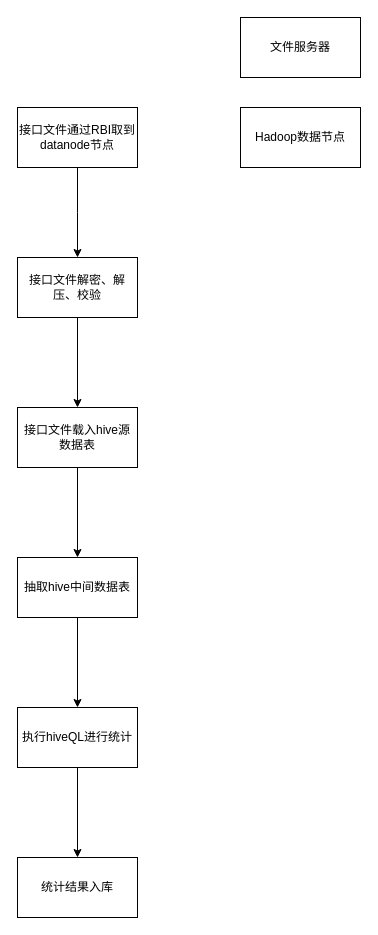
This is 未命名表单2.drawio from baker635/tmp, a draw.io file, before an edit. Source tidied: cells renumbered, new cells numbered last; positions are measured from the earlier drawing's top-left corner, leaving out a move shared by most shapes. Both pictures are drawn from the tidied source at 100%, with x=0, y=0 at pixel (17, 17).
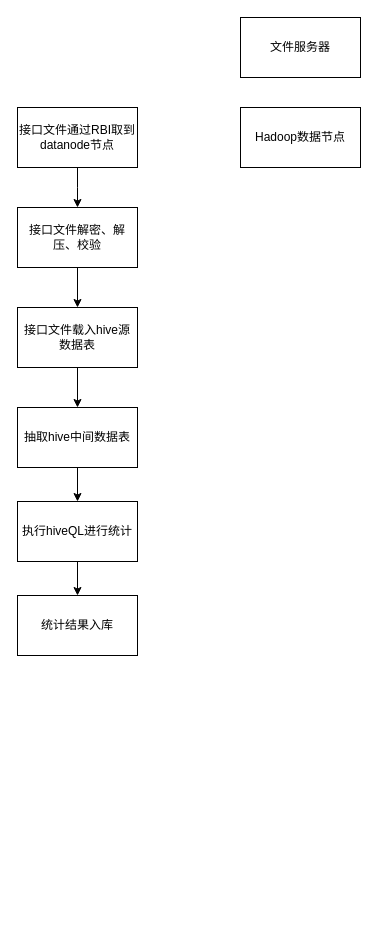
The same diagram, later.

Commit message:
更新未命名表单2.drawio

Diff of the diagram source:
```diff
@@
 <mxGraphModel>
   <root>
     <mxCell id="0" />
     <mxCell id="1" parent="0" />
     <mxCell id="2" style="edgeStyle=orthogonalEdgeStyle;rounded=0;jettySize=auto;html=1;exitX=0.5;exitY=1;exitDx=0;exitDy=0;entryX=0.5;entryY=0;entryDx=0;entryDy=0;" parent="1" edge="1" source="3" target="7">
       <mxGeometry relative="1" as="geometry" />
     </mxCell>
     <mxCell id="3" value="接口文件&lt;span&gt;载入hive&lt;/span&gt;源数据表" style="rounded=0;whiteSpace=wrap;html=1;" parent="1" vertex="1">
-      <mxGeometry y="390" width="120" height="60" as="geometry" />
+      <mxGeometry y="290" width="120" height="60" as="geometry" />
     </mxCell>
     <mxCell id="4" style="edgeStyle=orthogonalEdgeStyle;rounded=0;jettySize=auto;html=1;entryX=0.5;entryY=0;entryDx=0;entryDy=0;" parent="1" edge="1" source="5" target="3">
       <mxGeometry relative="1" as="geometry" />
     </mxCell>
     <mxCell id="5" value="接口文件&lt;span&gt;解密、解压、校验&lt;/span&gt;" style="rounded=0;whiteSpace=wrap;html=1;" parent="1" vertex="1">
-      <mxGeometry y="240" width="120" height="60" as="geometry" />
+      <mxGeometry y="190" width="120" height="60" as="geometry" />
     </mxCell>
     <mxCell id="6" style="edgeStyle=orthogonalEdgeStyle;rounded=0;jettySize=auto;html=1;exitX=0.5;exitY=1;exitDx=0;exitDy=0;entryX=0.5;entryY=0;entryDx=0;entryDy=0;" parent="1" edge="1" source="7" target="9">
       <mxGeometry relative="1" as="geometry" />
     </mxCell>
     <mxCell id="7" value="&lt;span&gt;抽取hive&lt;/span&gt;中间数据表" style="rounded=0;whiteSpace=wrap;html=1;" parent="1" vertex="1">
-      <mxGeometry y="540" width="120" height="60" as="geometry" />
+      <mxGeometry y="390" width="120" height="60" as="geometry" />
     </mxCell>
     <mxCell id="8" style="edgeStyle=orthogonalEdgeStyle;rounded=0;jettySize=auto;html=1;exitX=0.5;exitY=1;exitDx=0;exitDy=0;entryX=0.5;entryY=0;entryDx=0;entryDy=0;" parent="1" edge="1" source="9" target="10">
       <mxGeometry relative="1" as="geometry" />
     </mxCell>
     <mxCell id="9" value="执行hiveQL进行统计" style="rounded=0;whiteSpace=wrap;html=1;" parent="1" vertex="1">
-      <mxGeometry y="690" width="120" height="60" as="geometry" />
+      <mxGeometry y="484" width="120" height="60" as="geometry" />
     </mxCell>
     <mxCell id="10" value="统计结果入库" style="rounded=0;whiteSpace=wrap;html=1;" parent="1" vertex="1">
-      <mxGeometry y="840" width="120" height="60" as="geometry" />
+      <mxGeometry y="578" width="120" height="60" as="geometry" />
     </mxCell>
-    <mxCell id="11" style="edgeStyle=orthogonalEdgeStyle;rounded=0;jettySize=auto;html=1;entryX=0.5;entryY=0;entryDx=0;entryDy=0;" parent="1" edge="1" source="12">
+    <mxCell id="11" style="edgeStyle=orthogonalEdgeStyle;rounded=0;jettySize=auto;html=1;" parent="1" edge="1" source="12">
       <mxGeometry relative="1" as="geometry">
-        <mxPoint x="60" y="240" as="targetPoint" />
+        <mxPoint x="60" y="190" as="targetPoint" />
       </mxGeometry>
     </mxCell>
     <mxCell id="12" value="&lt;span&gt;接口文件通过RBI取到datanode节点&lt;/span&gt;" style="rounded=0;whiteSpace=wrap;html=1;" parent="1" vertex="1">
       <mxGeometry y="90" width="120" height="60" as="geometry" />
     </mxCell>
     <mxCell id="13" value="Hadoop数据节点" style="rounded=0;whiteSpace=wrap;html=1;" parent="1" vertex="1">
       <mxGeometry x="223" y="90" width="120" height="60" as="geometry" />
     </mxCell>
     <mxCell id="14" value="文件服务器" style="rounded=0;whiteSpace=wrap;html=1;" parent="1" vertex="1">
       <mxGeometry x="223" width="120" height="60" as="geometry" />
     </mxCell>
   </root>
 </mxGraphModel>
```
